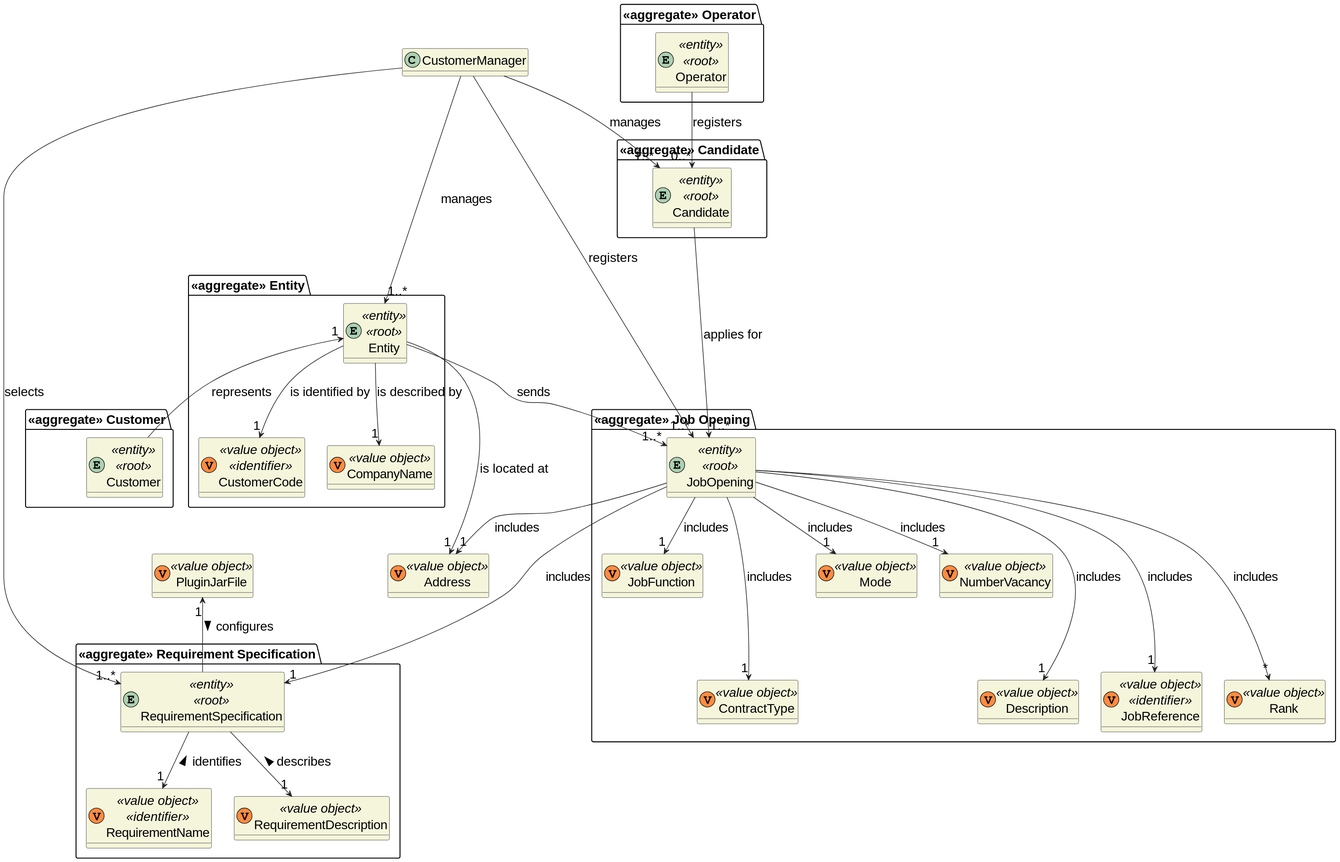
rita-barbosa/LAPR4-2324 keeps this PlantUML diagram as docs/sb_us_2003/US2003_Domain_Model/domain-model-us-2003.svg. Above is the earlier version.
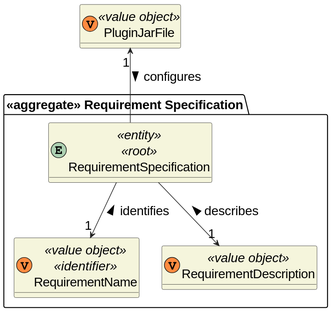
The same file after the commit.

Change to the diagram source:
```diff
@@ -9,7 +9,6 @@
 
 
 
-class Address <<(V,#FF8B40) value object>> {}
 
 class PluginJarFile <<(V,#FF8B40) value object>> {}
 
@@ -19,52 +18,7 @@
     class RequirementName <<(V,#FF8B40) value object>> <<identifier>> {}
     class RequirementDescription <<(V,#FF8B40) value object>> {}
 }
-package "<<aggregate>> Job Opening" {
-    entity JobOpening <<entity>> <<root>> {}
-    class JobFunction <<(V,#FF8B40) value object>> {}
-    class ContractType <<(V,#FF8B40) value object>> {}
-    class Mode <<(V,#FF8B40) value object>> {}
-    class NumberVacancy <<(V,#FF8B40) value object>> {}
-       class Description <<(V,#FF8B40) value object>> {}
-     class JobReference <<(V,#FF8B40) value object>> <<identifier>> {}
-      class Rank <<(V,#FF8B40) value object>>{}
-}
 
-package "<<aggregate>> Entity" {
-    entity Entity <<entity>> <<root>>  {}
-    class CustomerCode <<(V,#FF8B40) value object>> <<identifier>> {}
-    class CompanyName <<(V,#FF8B40) value object>> {}
-}
-package "<<aggregate>> Customer" {
-    entity Customer <<entity>> <<root>> {}
-    }
-package "<<aggregate>> Operator" {
-    entity Operator <<entity>> <<root>> {}
-}
-    package "<<aggregate>> Candidate" {
-    entity Candidate <<entity>>  <<root>>{}
-}
-
-Entity --> "1..*" JobOpening : sends
-Entity --> "1" CompanyName : is described by
-Entity -right-> "1" Address : is located at
-Entity --> "1" CustomerCode : is identified by
-CustomerManager --> "1..*" Entity: manages
-CustomerManager --> "1..*" JobOpening: registers
-CustomerManager --> "1..*" Candidate : manages
-CustomerManager -> "1..*" RequirementSpecification : selects
-Operator --> "0..*" Candidate : registers
-Candidate ---> "1..*" JobOpening : applies for
-Customer -up-> "1" Entity :  represents
-JobOpening ---> "1"  JobReference : includes
-JobOpening --> "1"  Mode : includes
-JobOpening --> "1"  NumberVacancy : includes
-JobOpening --> "1"  Address : includes
-JobOpening --> "1"  JobFunction : includes
-JobOpening ---> "1"  Description : includes
-JobOpening ---> "1"  ContractType : includes
-JobOpening ---> "1"  RequirementSpecification : includes
-JobOpening ---> "*"  Rank : includes
 RequirementSpecification --> "1" RequirementName: identifies <
 RequirementSpecification --> "1" RequirementDescription: describes <
 RequirementSpecification -up-> "1" PluginJarFile: configures <
```
